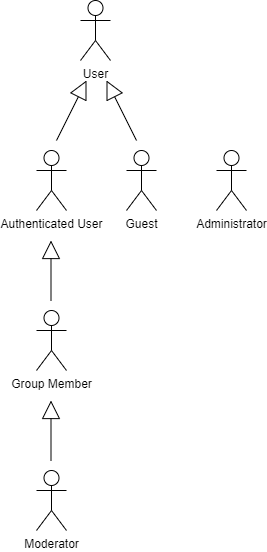
Above: Actors.png in DreFlo/lbaw-2122 (draw.io), before the change. Source tidied: cells renumbered, new cells last; positions are measured from the earlier drawing's top-left corner, leaving out a move shared by most shapes.
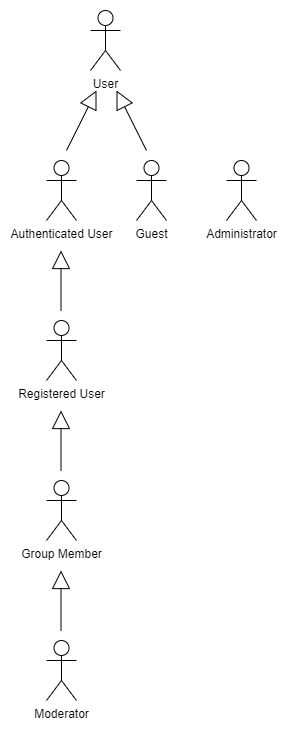
After the commit.

Diff of the diagram source:
```diff
@@ -24,25 +24,34 @@
       </mxGeometry>
     </mxCell>
     <mxCell id="7" value="Group Member" style="shape=umlActor;verticalLabelPosition=bottom;verticalAlign=top;html=1;" parent="1" vertex="1">
-      <mxGeometry y="310" width="30" height="60" as="geometry" />
+      <mxGeometry y="470" width="30" height="60" as="geometry" />
     </mxCell>
     <mxCell id="8" value="Moderator" style="shape=umlActor;verticalLabelPosition=bottom;verticalAlign=top;html=1;" parent="1" vertex="1">
-      <mxGeometry y="470" width="30" height="60" as="geometry" />
+      <mxGeometry y="630" width="30" height="60" as="geometry" />
     </mxCell>
     <mxCell id="9" style="endArrow=block;endSize=16;endFill=0;html=1;" parent="1" edge="1">
       <mxGeometry y="40" relative="1" as="geometry">
-        <mxPoint x="14.5" y="300" as="sourcePoint" />
-        <mxPoint x="14.5" y="240" as="targetPoint" />
+        <mxPoint x="14.5" y="460" as="sourcePoint" />
+        <mxPoint x="14.5" y="400" as="targetPoint" />
       </mxGeometry>
     </mxCell>
     <mxCell id="10" style="endArrow=block;endSize=16;endFill=0;html=1;" parent="1" edge="1">
       <mxGeometry y="40" relative="1" as="geometry">
-        <mxPoint x="14.5" y="460" as="sourcePoint" />
-        <mxPoint x="14.5" y="400" as="targetPoint" />
+        <mxPoint x="14.5" y="620" as="sourcePoint" />
+        <mxPoint x="14.5" y="560" as="targetPoint" />
       </mxGeometry>
     </mxCell>
     <mxCell id="11" value="Administrator" style="shape=umlActor;verticalLabelPosition=bottom;verticalAlign=top;html=1;" parent="1" vertex="1">
       <mxGeometry x="180" y="150" width="30" height="60" as="geometry" />
     </mxCell>
+    <mxCell id="12" value="Registered User" style="shape=umlActor;verticalLabelPosition=bottom;verticalAlign=top;html=1;" parent="1" vertex="1">
+      <mxGeometry y="310" width="30" height="60" as="geometry" />
+    </mxCell>
+    <mxCell id="13" style="endArrow=block;endSize=16;endFill=0;html=1;" parent="1" edge="1">
+      <mxGeometry y="40" relative="1" as="geometry">
+        <mxPoint x="14.5" y="300" as="sourcePoint" />
+        <mxPoint x="14.5" y="240" as="targetPoint" />
+      </mxGeometry>
+    </mxCell>
   </root>
 </mxGraphModel>
```
